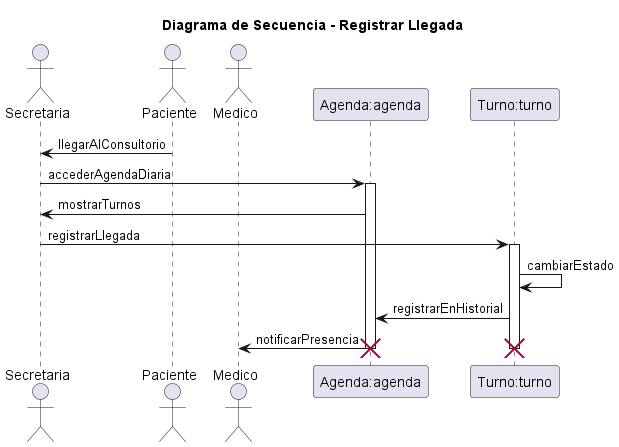
Earlier version of the PlantUML export diagramas/05-diagramas-secuencia/05-secuencia-registrar-llegada-04.png (eternalnight04/SistemaTurnosMedicos).
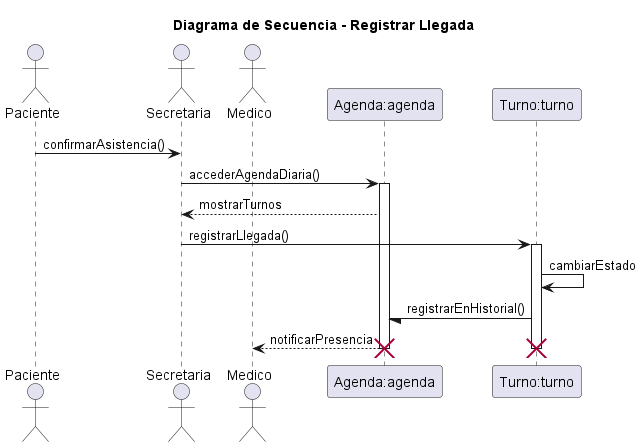
After the change.

The edit, as a diff of the source:
```diff
@@ -2,25 +2,25 @@
 
 title Diagrama de Secuencia - Registrar Llegada
 
+actor Paciente as paciente
 actor Secretaria as secretaria
-actor Paciente as paciente
 actor Medico as medico
 participant "Agenda:agenda" as agenda
 participant "Turno:turno" as turno
 
-paciente -> secretaria: llegarAlConsultorio
+paciente -> secretaria: confirmarAsistencia()
 
-secretaria -> agenda: accederAgendaDiaria
+secretaria -> agenda: accederAgendaDiaria()
 activate agenda
 
-agenda -> secretaria: mostrarTurnos
-secretaria -> turno: registrarLlegada
+agenda --> secretaria: mostrarTurnos
+secretaria -> turno: registrarLlegada()
 activate turno
 
 turno -> turno: cambiarEstado
-turno -> agenda: registrarEnHistorial
+turno -/ agenda: registrarEnHistorial()
 
-agenda -> medico: notificarPresencia
+agenda --> medico: notificarPresencia
 
 deactivate turno
 deactivate agenda
```
